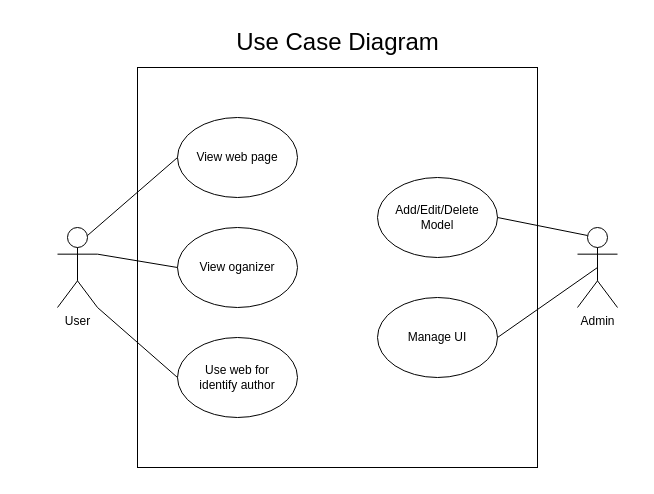
The draw.io diagram CE_project_diagram/usecase_diagram.drawio in phlpat/test_repo, before the edit. Source tidied: cells renumbered, new cells numbered last; positions are measured from the earlier drawing's top-left corner, leaving out a move shared by most shapes. Both pictures are drawn from the tidied source at 100%, with x=0, y=0 at pixel (17, 17).
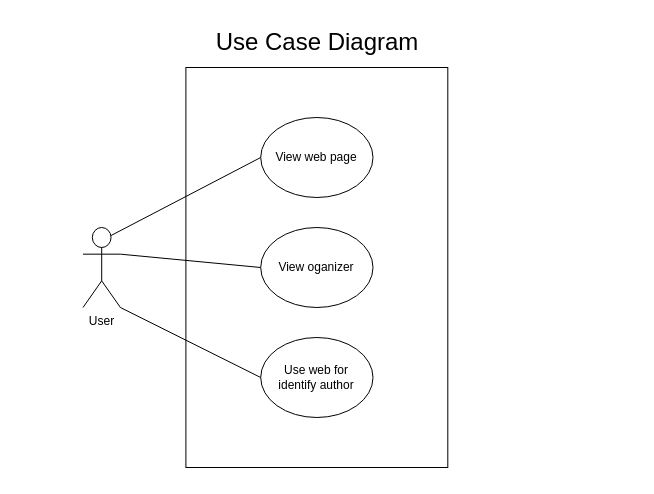
Above is the later version.

The edit, as a diff of the source:
```diff
@@
 <mxGraphModel>
   <root>
     <mxCell id="0" />
     <mxCell id="1" parent="0" />
     <mxCell id="2" style="group;" parent="1" vertex="1">
-      <mxGeometry width="620" height="460" as="geometry" />
+      <mxGeometry width="580" height="460" as="geometry" />
     </mxCell>
     <mxCell id="3" style="rounded=0;whiteSpace=wrap;html=1;fontSize=24;strokeColor=none;" parent="2" vertex="1">
-      <mxGeometry width="620" height="460" as="geometry" />
+      <mxGeometry width="560" height="460" as="geometry" />
     </mxCell>
     <mxCell id="4" value="User" style="shape=umlActor;verticalLabelPosition=bottom;verticalAlign=top;html=1;outlineConnect=0;" parent="2" vertex="1">
-      <mxGeometry x="40" y="210" width="40" height="80" as="geometry" />
+      <mxGeometry x="65.5" y="210" width="37.4" height="80" as="geometry" />
     </mxCell>
-    <mxCell id="5" value="Admin" style="shape=umlActor;verticalLabelPosition=bottom;verticalAlign=top;html=1;outlineConnect=0;" parent="2" vertex="1">
-      <mxGeometry x="560" y="210" width="40" height="80" as="geometry" />
-    </mxCell>
     <mxCell id="6" style="rounded=0;whiteSpace=wrap;html=1;" parent="2" vertex="1">
-      <mxGeometry x="120" y="50" width="400" height="400" as="geometry" />
+      <mxGeometry x="168.4" y="50" width="261.9" height="400" as="geometry" />
     </mxCell>
-    <mxCell id="7" value="Add/Edit/Delete Model" style="ellipse;whiteSpace=wrap;html=1;" parent="2" vertex="1">
-      <mxGeometry x="360" y="160" width="120" height="80" as="geometry" />
-    </mxCell>
     <mxCell id="8" value="View oganizer" style="ellipse;whiteSpace=wrap;html=1;" parent="2" vertex="1">
-      <mxGeometry x="160" y="210" width="120" height="80" as="geometry" />
+      <mxGeometry x="243.2" y="210" width="112.3" height="80" as="geometry" />
     </mxCell>
     <mxCell id="9" value="Use web for &lt;br&gt;identify author" style="ellipse;whiteSpace=wrap;html=1;" parent="2" vertex="1">
-      <mxGeometry x="160" y="320" width="120" height="80" as="geometry" />
+      <mxGeometry x="243.2" y="320" width="112.3" height="80" as="geometry" />
     </mxCell>
     <mxCell id="10" value="View web page" style="ellipse;whiteSpace=wrap;html=1;" parent="2" vertex="1">
-      <mxGeometry x="160" y="100" width="120" height="80" as="geometry" />
+      <mxGeometry x="243.2" y="100" width="112.3" height="80" as="geometry" />
     </mxCell>
-    <mxCell id="11" value="Manage UI" style="ellipse;whiteSpace=wrap;html=1;" parent="2" vertex="1">
-      <mxGeometry x="360" y="280" width="120" height="80" as="geometry" />
-    </mxCell>
     <mxCell id="12" value="&lt;font style=&quot;font-size: 24px;&quot;&gt;Use Case Diagram&lt;/font&gt;" style="text;html=1;strokeColor=none;fillColor=none;align=center;verticalAlign=middle;whiteSpace=wrap;rounded=0;" parent="2" vertex="1">
-      <mxGeometry x="203.8" y="10" width="232.5" height="30" as="geometry" />
+      <mxGeometry x="190.6" y="10" width="217.5" height="30" as="geometry" />
     </mxCell>
     <mxCell id="13" style="endArrow=none;html=1;rounded=0;fontSize=24;entryX=0;entryY=0.5;entryDx=0;entryDy=0;exitX=0.75;exitY=0.1;exitDx=0;exitDy=0;exitPerimeter=0;" parent="2" edge="1" source="4" target="10">
       <mxGeometry relative="1" as="geometry" />
     </mxCell>
     <mxCell id="14" style="endArrow=none;html=1;rounded=0;fontSize=24;entryX=0;entryY=0.5;entryDx=0;entryDy=0;exitX=1;exitY=0.3333333333333333;exitDx=0;exitDy=0;exitPerimeter=0;" parent="2" edge="1" source="4" target="8">
       <mxGeometry relative="1" as="geometry" />
     </mxCell>
     <mxCell id="15" style="endArrow=none;html=1;rounded=0;fontSize=24;exitX=1;exitY=1;exitDx=0;exitDy=0;exitPerimeter=0;entryX=0;entryY=0.5;entryDx=0;entryDy=0;" parent="2" edge="1" source="4" target="9">
       <mxGeometry relative="1" as="geometry" />
     </mxCell>
-    <mxCell id="16" style="endArrow=none;html=1;rounded=0;fontSize=24;entryX=0.25;entryY=0.1;entryDx=0;entryDy=0;entryPerimeter=0;exitX=1;exitY=0.5;exitDx=0;exitDy=0;" parent="2" edge="1" source="7" target="5">
-      <mxGeometry relative="1" as="geometry" />
-    </mxCell>
-    <mxCell id="17" style="endArrow=none;html=1;rounded=0;fontSize=24;entryX=0.5;entryY=0.5;entryDx=0;entryDy=0;entryPerimeter=0;exitX=1;exitY=0.5;exitDx=0;exitDy=0;" parent="2" edge="1" source="11" target="5">
-      <mxGeometry relative="1" as="geometry" />
-    </mxCell>
   </root>
 </mxGraphModel>
```
